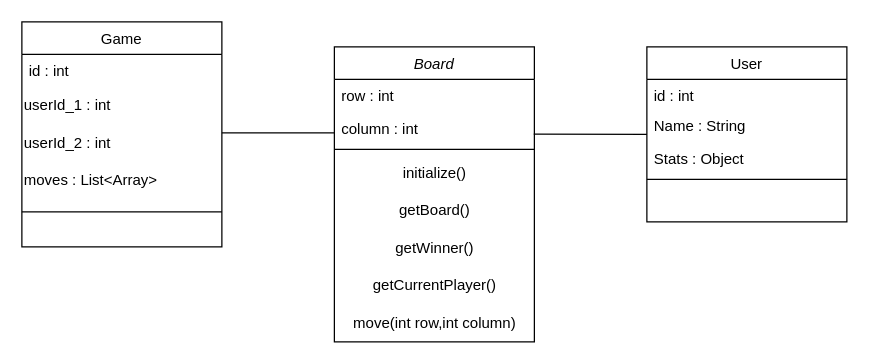
Above: tic-tac-toe.drawio in Kedar-Jog/tic-tac-toe (draw.io), before the change. Source tidied: cells renumbered, new cells numbered last; positions are measured from the earlier drawing's top-left corner, leaving out a move shared by most shapes. Both pictures are drawn from the tidied source at 125%, with x=0, y=0 at pixel (21, 21).
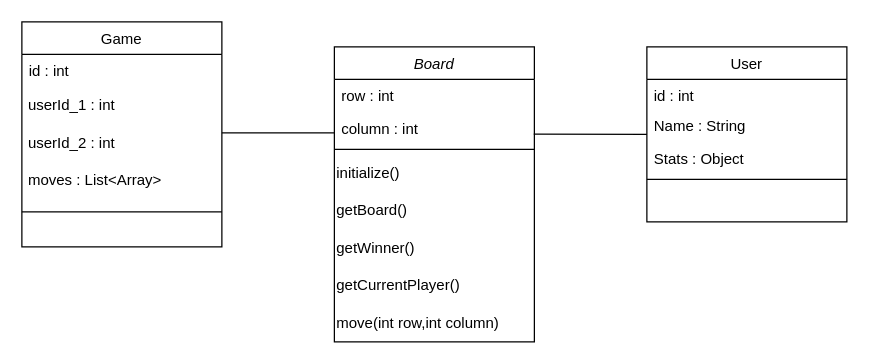
The same page after the edit.

The change refers to these unchanged cells:
```xml
<mxCell id="2" value="Board" style="swimlane;fontStyle=2;align=center;verticalAlign=top;horizontal=1;startSize=26;rounded=0;shadow=0;strokeWidth=1;" parent="1" vertex="1">
  <mxGeometry x="250" y="20" width="160" height="236" as="geometry" />
</mxCell>
<mxCell id="11" value="Game" style="swimlane;fontStyle=0;align=center;verticalAlign=top;horizontal=1;startSize=26;rounded=0;shadow=0;strokeWidth=1;" parent="1" vertex="1">
  <mxGeometry width="160" height="180" as="geometry" />
</mxCell>
```

Diff of the diagram source:
```diff
@@
-    <mxCell id="6" value="initialize()" style="text;html=1;align=center;verticalAlign=middle;strokeColor=none;fillColor=none;" parent="2" vertex="1">
+    <mxCell id="6" value="initialize()" style="text;html=1;align=left;verticalAlign=middle;strokeColor=none;fillColor=none;" parent="2" vertex="1">
       <mxGeometry y="86" width="160" height="30" as="geometry" />
     </mxCell>
-    <mxCell id="7" value="getBoard()" style="text;html=1;align=center;verticalAlign=middle;strokeColor=none;fillColor=none;" parent="2" vertex="1">
+    <mxCell id="7" value="getBoard()" style="text;html=1;align=left;verticalAlign=middle;strokeColor=none;fillColor=none;" parent="2" vertex="1">
       <mxGeometry y="116" width="160" height="30" as="geometry" />
     </mxCell>
-    <mxCell id="8" value="getWinner()" style="text;html=1;align=center;verticalAlign=middle;strokeColor=none;fillColor=none;" parent="2" vertex="1">
+    <mxCell id="8" value="getWinner()" style="text;html=1;align=left;verticalAlign=middle;strokeColor=none;fillColor=none;" parent="2" vertex="1">
       <mxGeometry y="146" width="160" height="30" as="geometry" />
     </mxCell>
-    <mxCell id="9" value="getCurrentPlayer()" style="text;html=1;align=center;verticalAlign=middle;strokeColor=none;fillColor=none;" parent="2" vertex="1">
+    <mxCell id="9" value="getCurrentPlayer()" style="text;html=1;align=left;verticalAlign=middle;strokeColor=none;fillColor=none;" parent="2" vertex="1">
       <mxGeometry y="176" width="160" height="30" as="geometry" />
     </mxCell>
-    <mxCell id="10" value="move(int row,int column)" style="text;html=1;align=center;verticalAlign=middle;strokeColor=none;fillColor=none;" parent="2" vertex="1">
+    <mxCell id="10" value="move(int row,int column)" style="text;html=1;align=left;verticalAlign=middle;strokeColor=none;fillColor=none;" parent="2" vertex="1">
       <mxGeometry y="206" width="160" height="30" as="geometry" />
     </mxCell>
@@
-    <mxCell id="13" value="userId_1 : int&amp;nbsp;" style="text;html=1;align=left;verticalAlign=middle;strokeColor=none;fillColor=none;" parent="11" vertex="1">
+    <mxCell id="13" value="&amp;nbsp;userId_1 : int&amp;nbsp;" style="text;html=1;align=left;verticalAlign=middle;strokeColor=none;fillColor=none;" parent="11" vertex="1">
       <mxGeometry y="52" width="160" height="30" as="geometry" />
     </mxCell>
-    <mxCell id="14" value="userId_2 : int&amp;nbsp;" style="text;html=1;align=left;verticalAlign=middle;strokeColor=none;fillColor=none;" parent="11" vertex="1">
+    <mxCell id="14" value="&amp;nbsp;userId_2 : int&amp;nbsp;" style="text;html=1;align=left;verticalAlign=middle;strokeColor=none;fillColor=none;" parent="11" vertex="1">
       <mxGeometry y="82" width="160" height="30" as="geometry" />
     </mxCell>
-    <mxCell id="15" value="moves : List&amp;lt;Array&amp;gt;&amp;nbsp;" style="text;html=1;align=left;verticalAlign=middle;strokeColor=none;fillColor=none;" parent="11" vertex="1">
+    <mxCell id="15" value="&amp;nbsp;moves : List&amp;lt;Array&amp;gt;&amp;nbsp;" style="text;html=1;align=left;verticalAlign=middle;strokeColor=none;fillColor=none;" parent="11" vertex="1">
       <mxGeometry y="112" width="160" height="30" as="geometry" />
     </mxCell>
```
